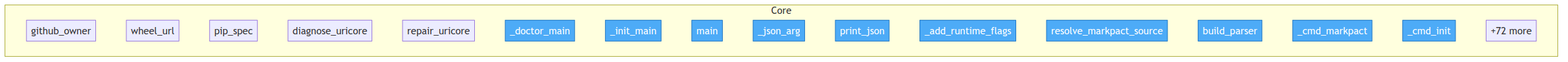
The Mermaid diagram project/flow.png in tellmesh/urisys, before a commit. Its source is kept beside it as project/flow.mmd.
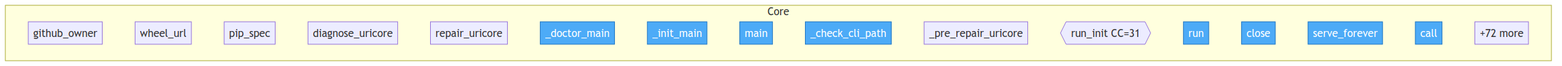
After the commit.

What changed in the source:
```diff
@@ -11,14 +11,14 @@
         src__urisys__bootstrap___doctor_main["_doctor_main"]
         src__urisys__bootstrap___init_main["_init_main"]
         src__urisys__bootstrap__main["main"]
-        src__urisys__cli___json_arg["_json_arg"]
-        src__urisys__cli__print_json["print_json"]
-        src__urisys__cli___add_runtime_flags["_add_runtime_flags"]
-        src__urisys__cli__resolve_markpact_source["resolve_markpact_source"]
-        src__urisys__cli__build_parser["build_parser"]
-        src__urisys__cli___cmd_markpact["_cmd_markpact"]
-        src__urisys__cli___cmd_init["_cmd_init"]
+        src__urisys__doctor___check_cli_path["_check_cli_path"]
+        src__urisys__init_setup___pre_repair_uricore["_pre_repair_uricore"]
+        src__urisys__init_setup__run_init{{run_init CC=31}}
+        src__urisys__controllers__flow_controller__FlowController__run["run"]
+        src__urisys__controllers__flow_controller__FlowController__close["close"]
+        src__urisys__controllers__server_controller__ServerController__serve_forever["serve_forever"]
+        src__urisys__controllers__uri_controller__UriController__call["call"]
         ...["+72 more"]
     end
 
-    class src__urisys__bootstrap___doctor_main,src__urisys__bootstrap___init_main,src__urisys__bootstrap__main,src__urisys__cli___json_arg,src__urisys__cli__print_json,src__urisys__cli___add_runtime_flags,src__urisys__cli__resolve_markpact_source,src__urisys__cli__build_parser,src__urisys__cli___cmd_markpact,src__urisys__cli___cmd_init entry
+    class src__urisys__bootstrap___doctor_main,src__urisys__bootstrap___init_main,src__urisys__bootstrap__main,src__urisys__doctor___check_cli_path,src__urisys__controllers__flow_controller__FlowController__run,src__urisys__controllers__flow_controller__FlowController__close,src__urisys__controllers__server_controller__ServerController__serve_forever,src__urisys__controllers__uri_controller__UriController__call,src__urisys__controllers__uri_controller__UriController__explain,src__urisys__controllers__uri_controller__UriController__routes entry
```
